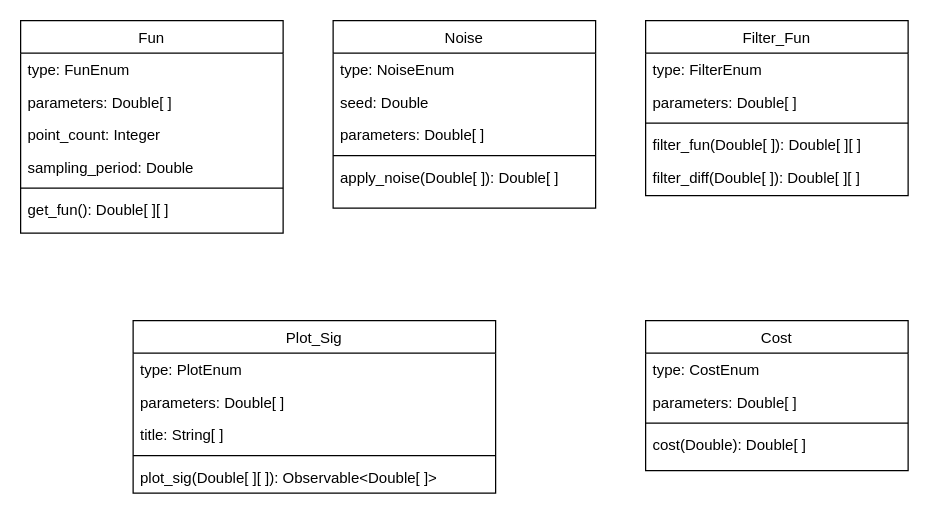
TGSP1997/OS-RST keeps this draw.io diagram as page "Overview" (1 of 7) of overview.drawio. Above is the earlier version. Source tidied: cells renumbered, new cells numbered last; positions are measured from the earlier drawing's top-left corner, leaving out a move shared by most shapes. Both pictures are drawn from the tidied source at 125%, with x=0, y=0 at pixel (20, 20).
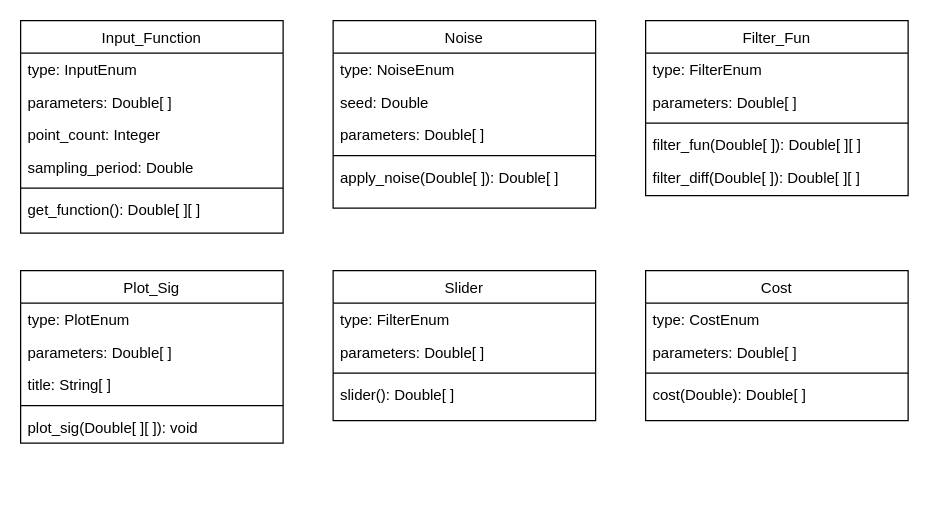
After the change.

Diff of the diagram source:
```diff
@@
-    <mxCell id="2" value="Fun" style="swimlane;fontStyle=0;align=center;verticalAlign=top;horizontal=1;startSize=26;rounded=0;shadow=0;strokeWidth=1;" parent="1" vertex="1">
+    <mxCell id="2" value="Input_Function" style="swimlane;fontStyle=0;align=center;verticalAlign=top;horizontal=1;startSize=26;rounded=0;shadow=0;strokeWidth=1;" parent="1" vertex="1">
       <mxGeometry width="210" height="170" as="geometry" />
     </mxCell>
-    <mxCell id="3" value="type: FunEnum" style="text;align=left;verticalAlign=top;spacingLeft=4;spacingRight=4;overflow=hidden;" parent="2" vertex="1">
+    <mxCell id="3" value="type: InputEnum" style="text;align=left;verticalAlign=top;spacingLeft=4;spacingRight=4;overflow=hidden;" parent="2" vertex="1">
       <mxGeometry y="26" width="210" height="26" as="geometry" />
     </mxCell>
@@
-    <mxCell id="8" value="get_fun(): Double[ ][ ]" style="text;align=left;verticalAlign=top;spacingLeft=4;spacingRight=4;overflow=hidden;" parent="2" vertex="1">
+    <mxCell id="8" value="get_function(): Double[ ][ ]" style="text;align=left;verticalAlign=top;spacingLeft=4;spacingRight=4;overflow=hidden;" parent="2" vertex="1">
       <mxGeometry y="138" width="210" height="26" as="geometry" />
     </mxCell>
@@
     <mxCell id="21" value="Cost" style="swimlane;fontStyle=0;align=center;verticalAlign=top;horizontal=1;startSize=26;rounded=0;shadow=0;strokeWidth=1;" parent="1" vertex="1">
-      <mxGeometry x="500" y="240" width="210" height="120" as="geometry" />
+      <mxGeometry x="500" y="200" width="210" height="120" as="geometry" />
     </mxCell>
@@
     <mxCell id="26" value="Plot_Sig" style="swimlane;fontStyle=0;align=center;verticalAlign=top;horizontal=1;startSize=26;rounded=0;shadow=0;strokeWidth=1;" parent="1" vertex="1">
-      <mxGeometry x="90" y="240" width="290" height="138" as="geometry" />
+      <mxGeometry y="200" width="210" height="138" as="geometry" />
     </mxCell>
     <mxCell id="27" value="type: PlotEnum" style="text;align=left;verticalAlign=top;spacingLeft=4;spacingRight=4;overflow=hidden;" parent="26" vertex="1">
-      <mxGeometry y="26" width="290" height="26" as="geometry" />
+      <mxGeometry y="26" width="210" height="26" as="geometry" />
     </mxCell>
     <mxCell id="28" value="parameters: Double[ ]" style="text;align=left;verticalAlign=top;spacingLeft=4;spacingRight=4;overflow=hidden;rounded=0;shadow=0;html=0;" parent="26" vertex="1">
-      <mxGeometry y="52" width="290" height="26" as="geometry" />
+      <mxGeometry y="52" width="210" height="26" as="geometry" />
     </mxCell>
     <mxCell id="29" value="title: String[ ]" style="text;align=left;verticalAlign=top;spacingLeft=4;spacingRight=4;overflow=hidden;rounded=0;shadow=0;html=0;" parent="26" vertex="1">
-      <mxGeometry y="78" width="290" height="26" as="geometry" />
+      <mxGeometry y="78" width="210" height="26" as="geometry" />
     </mxCell>
     <mxCell id="30" style="line;html=1;strokeWidth=1;align=left;verticalAlign=middle;spacingTop=-1;spacingLeft=3;spacingRight=3;labelPosition=right;" parent="26" vertex="1">
-      <mxGeometry y="104" width="290" height="8" as="geometry" />
+      <mxGeometry y="104" width="210" height="8" as="geometry" />
     </mxCell>
-    <mxCell id="31" value="plot_sig(Double[ ][ ]): Observable&lt;Double[ ]&gt;" style="text;align=left;verticalAlign=top;spacingLeft=4;spacingRight=4;overflow=hidden;" parent="26" vertex="1">
-      <mxGeometry y="112" width="290" height="26" as="geometry" />
+    <mxCell id="31" value="plot_sig(Double[ ][ ]): void" style="text;align=left;verticalAlign=top;spacingLeft=4;spacingRight=4;overflow=hidden;" parent="26" vertex="1">
+      <mxGeometry y="112" width="210" height="26" as="geometry" />
     </mxCell>
+    <mxCell id="32" value="Slider" style="swimlane;fontStyle=0;align=center;verticalAlign=top;horizontal=1;startSize=26;rounded=0;shadow=0;strokeWidth=1;" parent="1" vertex="1">
+      <mxGeometry x="250" y="200" width="210" height="120" as="geometry" />
+    </mxCell>
+    <mxCell id="33" value="type: FilterEnum" style="text;align=left;verticalAlign=top;spacingLeft=4;spacingRight=4;overflow=hidden;" parent="32" vertex="1">
+      <mxGeometry y="26" width="210" height="26" as="geometry" />
+    </mxCell>
+    <mxCell id="34" value="parameters: Double[ ]" style="text;align=left;verticalAlign=top;spacingLeft=4;spacingRight=4;overflow=hidden;rounded=0;shadow=0;html=0;" parent="32" vertex="1">
+      <mxGeometry y="52" width="210" height="26" as="geometry" />
+    </mxCell>
+    <mxCell id="35" style="line;html=1;strokeWidth=1;align=left;verticalAlign=middle;spacingTop=-1;spacingLeft=3;spacingRight=3;labelPosition=right;" parent="32" vertex="1">
+      <mxGeometry y="78" width="210" height="8" as="geometry" />
+    </mxCell>
+    <mxCell id="36" value="slider(): Double[ ]" style="text;align=left;verticalAlign=top;spacingLeft=4;spacingRight=4;overflow=hidden;" parent="32" vertex="1">
+      <mxGeometry y="86" width="210" height="26" as="geometry" />
+    </mxCell>
```
